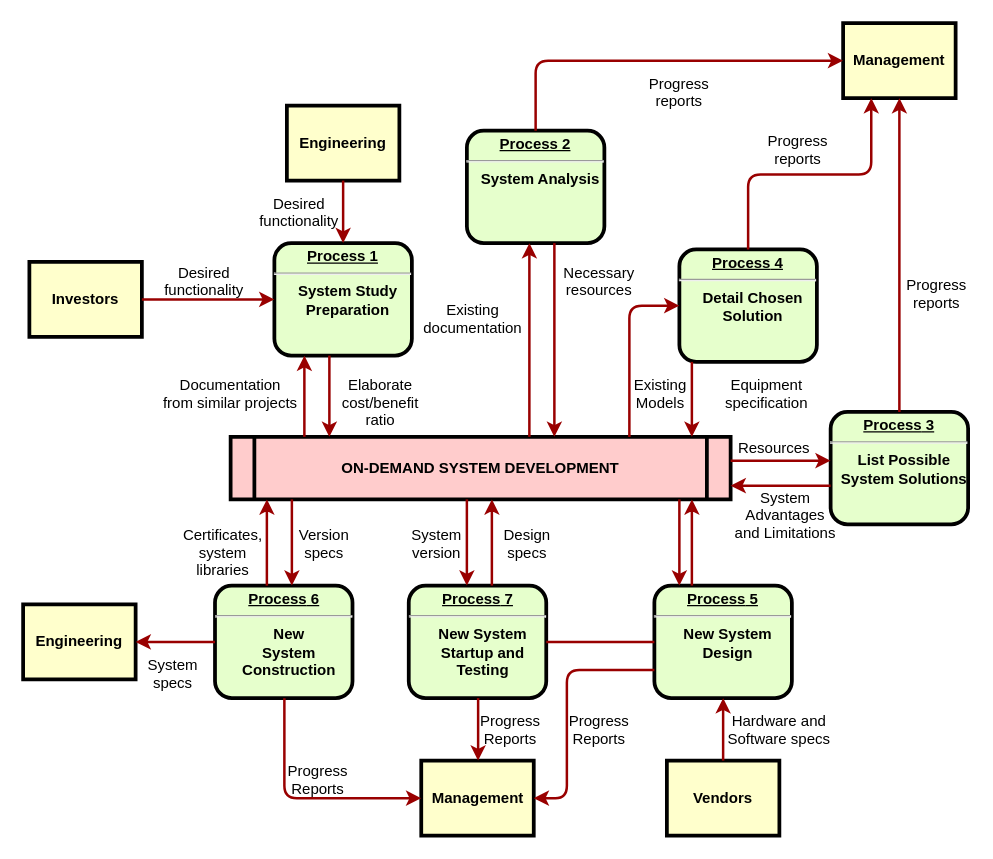
This is Untitled Diagram.drawio from halkhattab63/test1-c, a draw.io file, before an edit. Source tidied: cells renumbered, new cells numbered last; positions are measured from the earlier drawing's top-left corner, leaving out a move shared by most shapes. Both pictures are drawn from the tidied source at 125%, with x=0, y=0 at pixel (22, 22).
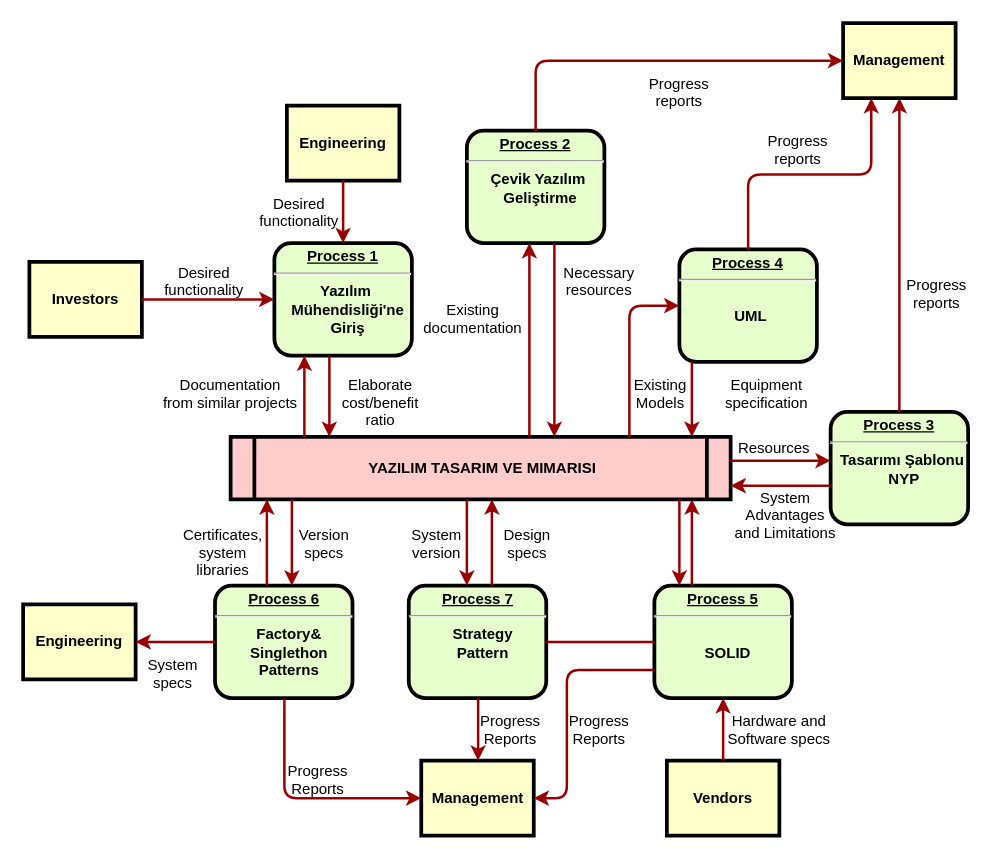
The same diagram, later.

Change to the diagram source:
```diff
@@
-    <mxCell id="2" value="&lt;p style=&quot;margin: 0px; margin-top: 4px; text-align: center; text-decoration: underline;&quot;&gt;&lt;strong&gt;Process 1&lt;br /&gt;&lt;/strong&gt;&lt;/p&gt;&lt;hr /&gt;&lt;p style=&quot;margin: 0px; margin-left: 8px;&quot;&gt;System Study&lt;/p&gt;&lt;p style=&quot;margin: 0px; margin-left: 8px;&quot;&gt;Preparation&lt;/p&gt;" style="verticalAlign=middle;align=center;overflow=fill;fontSize=12;fontFamily=Helvetica;html=1;rounded=1;fontStyle=1;strokeWidth=3;fillColor=#E6FFCC;" parent="1" vertex="1">
+    <mxCell id="2" value="&lt;p style=&quot;margin: 0px; margin-top: 4px; text-align: center; text-decoration: underline;&quot;&gt;&lt;strong&gt;Process 1&lt;br&gt;&lt;/strong&gt;&lt;/p&gt;&lt;hr&gt;&lt;p style=&quot;margin: 0px; margin-left: 8px;&quot;&gt;Yazılım&amp;nbsp;&lt;/p&gt;&lt;p style=&quot;margin: 0px; margin-left: 8px;&quot;&gt;Mühendisliği'ne&lt;/p&gt;&lt;p style=&quot;margin: 0px; margin-left: 8px;&quot;&gt;Giriş&lt;/p&gt;" style="verticalAlign=middle;align=center;overflow=fill;fontSize=12;fontFamily=Helvetica;html=1;rounded=1;fontStyle=1;strokeWidth=3;fillColor=#E6FFCC;" parent="1" vertex="1">
       <mxGeometry x="201" y="176" width="110" height="90" as="geometry" />
     </mxCell>
@@
-    <mxCell id="5" value="ON-DEMAND SYSTEM DEVELOPMENT" style="shape=process;whiteSpace=wrap;align=center;verticalAlign=middle;size=0.0475;fontStyle=1;strokeWidth=3;fillColor=#FFCCCC;" parent="1" vertex="1">
+    <mxCell id="5" value=" YAZILIM TASARIM VE MIMARISI" style="shape=process;whiteSpace=wrap;align=center;verticalAlign=middle;size=0.0475;fontStyle=1;strokeWidth=3;fillColor=#FFCCCC;" parent="1" vertex="1">
       <mxGeometry x="166" y="331" width="400" height="50" as="geometry" />
     </mxCell>
-    <mxCell id="6" value="&lt;p style=&quot;margin: 0px; margin-top: 4px; text-align: center; text-decoration: underline;&quot;&gt;&lt;strong&gt;Process 2&lt;br /&gt;&lt;/strong&gt;&lt;/p&gt;&lt;hr /&gt;&lt;p style=&quot;margin: 0px; margin-left: 8px;&quot;&gt;System Analysis&lt;/p&gt;" style="verticalAlign=middle;align=center;overflow=fill;fontSize=12;fontFamily=Helvetica;html=1;rounded=1;fontStyle=1;strokeWidth=3;fillColor=#E6FFCC;" parent="1" vertex="1">
+    <mxCell id="6" value="&lt;p style=&quot;margin: 0px; margin-top: 4px; text-align: center; text-decoration: underline;&quot;&gt;&lt;strong&gt;Process 2&lt;br&gt;&lt;/strong&gt;&lt;/p&gt;&lt;hr&gt;&lt;p style=&quot;margin: 0px; margin-left: 8px;&quot;&gt;Çevik Yazılım&amp;nbsp;&lt;/p&gt;&lt;p style=&quot;margin: 0px; margin-left: 8px;&quot;&gt;Geliştirme&lt;/p&gt;" style="verticalAlign=middle;align=center;overflow=fill;fontSize=12;fontFamily=Helvetica;html=1;rounded=1;fontStyle=1;strokeWidth=3;fillColor=#E6FFCC;" parent="1" vertex="1">
       <mxGeometry x="355" y="86" width="110" height="90" as="geometry" />
     </mxCell>
-    <mxCell id="7" value="&lt;p style=&quot;margin: 0px; margin-top: 4px; text-align: center; text-decoration: underline;&quot;&gt;&lt;strong&gt;&lt;strong&gt;Process&lt;/strong&gt; 3&lt;br /&gt;&lt;/strong&gt;&lt;/p&gt;&lt;hr /&gt;&lt;p style=&quot;margin: 0px; margin-left: 8px;&quot;&gt;List Possible&lt;/p&gt;&lt;p style=&quot;margin: 0px; margin-left: 8px;&quot;&gt;System Solutions&lt;/p&gt;" style="verticalAlign=middle;align=center;overflow=fill;fontSize=12;fontFamily=Helvetica;html=1;rounded=1;fontStyle=1;strokeWidth=3;fillColor=#E6FFCC;" parent="1" vertex="1">
+    <mxCell id="7" value="&lt;p style=&quot;margin: 0px; margin-top: 4px; text-align: center; text-decoration: underline;&quot;&gt;&lt;strong&gt;&lt;strong&gt;Process&lt;/strong&gt; 3&lt;br&gt;&lt;/strong&gt;&lt;/p&gt;&lt;hr&gt;&lt;p style=&quot;margin: 0px; margin-left: 8px;&quot;&gt;Tasarımı Şablonu&amp;nbsp;&amp;nbsp;&lt;/p&gt;&lt;p style=&quot;margin: 0px; margin-left: 8px;&quot;&gt;NYP&lt;/p&gt;" style="verticalAlign=middle;align=center;overflow=fill;fontSize=12;fontFamily=Helvetica;html=1;rounded=1;fontStyle=1;strokeWidth=3;fillColor=#E6FFCC;" parent="1" vertex="1">
       <mxGeometry x="646" y="311" width="110" height="90" as="geometry" />
     </mxCell>
-    <mxCell id="8" value="&lt;p style=&quot;margin: 0px; margin-top: 4px; text-align: center; text-decoration: underline;&quot;&gt;&lt;strong&gt;&lt;strong&gt;Process&lt;/strong&gt; 4&lt;br /&gt;&lt;/strong&gt;&lt;/p&gt;&lt;hr /&gt;&lt;p style=&quot;margin: 0px; margin-left: 8px;&quot;&gt;Detail Chosen&lt;/p&gt;&lt;p style=&quot;margin: 0px; margin-left: 8px;&quot;&gt;Solution&lt;/p&gt;" style="verticalAlign=middle;align=center;overflow=fill;fontSize=12;fontFamily=Helvetica;html=1;rounded=1;fontStyle=1;strokeWidth=3;fillColor=#E6FFCC;" parent="1" vertex="1">
+    <mxCell id="8" value="&lt;p style=&quot;margin: 0px; margin-top: 4px; text-align: center; text-decoration: underline;&quot;&gt;&lt;strong&gt;&lt;strong&gt;Process&lt;/strong&gt; 4&lt;br&gt;&lt;/strong&gt;&lt;/p&gt;&lt;hr&gt;&lt;p style=&quot;margin: 0px; margin-left: 8px;&quot;&gt;&lt;br&gt;&lt;/p&gt;&lt;p style=&quot;margin: 0px; margin-left: 8px;&quot;&gt;UML&amp;nbsp;&lt;/p&gt;&lt;p style=&quot;margin: 0px; margin-left: 8px;&quot;&gt;&lt;br&gt;&lt;/p&gt;" style="verticalAlign=middle;align=center;overflow=fill;fontSize=12;fontFamily=Helvetica;html=1;rounded=1;fontStyle=1;strokeWidth=3;fillColor=#E6FFCC;" parent="1" vertex="1">
       <mxGeometry x="525" y="181" width="110" height="90" as="geometry" />
     </mxCell>
-    <mxCell id="9" value="&lt;p style=&quot;margin: 0px; margin-top: 4px; text-align: center; text-decoration: underline;&quot;&gt;&lt;strong&gt;&lt;strong&gt;Process&lt;/strong&gt; 5&lt;br /&gt;&lt;/strong&gt;&lt;/p&gt;&lt;hr /&gt;&lt;p style=&quot;margin: 0px; margin-left: 8px;&quot;&gt;New System&lt;/p&gt;&lt;p style=&quot;margin: 0px; margin-left: 8px;&quot;&gt;Design&lt;/p&gt;" style="verticalAlign=middle;align=center;overflow=fill;fontSize=12;fontFamily=Helvetica;html=1;rounded=1;fontStyle=1;strokeWidth=3;fillColor=#E6FFCC;" parent="1" vertex="1">
+    <mxCell id="9" value="&lt;p style=&quot;margin: 0px; margin-top: 4px; text-align: center; text-decoration: underline;&quot;&gt;&lt;strong&gt;&lt;strong&gt;Process&lt;/strong&gt; 5&lt;br&gt;&lt;/strong&gt;&lt;/p&gt;&lt;hr&gt;&lt;p style=&quot;margin: 0px; margin-left: 8px;&quot;&gt;&lt;br&gt;&lt;/p&gt;&lt;p style=&quot;margin: 0px; margin-left: 8px;&quot;&gt;SOLID&lt;/p&gt;" style="verticalAlign=middle;align=center;overflow=fill;fontSize=12;fontFamily=Helvetica;html=1;rounded=1;fontStyle=1;strokeWidth=3;fillColor=#E6FFCC;" parent="1" vertex="1">
       <mxGeometry x="505" y="450" width="110" height="90" as="geometry" />
     </mxCell>
-    <mxCell id="10" value="&lt;p style=&quot;margin: 0px; margin-top: 4px; text-align: center; text-decoration: underline;&quot;&gt;&lt;strong&gt;&lt;strong&gt;Process&lt;/strong&gt; 6&lt;br /&gt;&lt;/strong&gt;&lt;/p&gt;&lt;hr /&gt;&lt;p style=&quot;margin: 0px; margin-left: 8px;&quot;&gt;New&lt;/p&gt;&lt;p style=&quot;margin: 0px; margin-left: 8px;&quot;&gt;System&lt;/p&gt;&lt;p style=&quot;margin: 0px; margin-left: 8px;&quot;&gt;Construction&lt;/p&gt;" style="verticalAlign=middle;align=center;overflow=fill;fontSize=12;fontFamily=Helvetica;html=1;rounded=1;fontStyle=1;strokeWidth=3;fillColor=#E6FFCC;" parent="1" vertex="1">
+    <mxCell id="10" value="&lt;p style=&quot;margin: 0px; margin-top: 4px; text-align: center; text-decoration: underline;&quot;&gt;&lt;strong&gt;&lt;strong&gt;Process&lt;/strong&gt; 6&lt;br&gt;&lt;/strong&gt;&lt;/p&gt;&lt;hr&gt;&lt;p style=&quot;margin: 0px; margin-left: 8px;&quot;&gt;Factory&amp;amp;&lt;/p&gt;&lt;p style=&quot;margin: 0px; margin-left: 8px;&quot;&gt;Singlethon&lt;/p&gt;&lt;p style=&quot;margin: 0px; margin-left: 8px;&quot;&gt;Patterns&lt;/p&gt;" style="verticalAlign=middle;align=center;overflow=fill;fontSize=12;fontFamily=Helvetica;html=1;rounded=1;fontStyle=1;strokeWidth=3;fillColor=#E6FFCC;" parent="1" vertex="1">
       <mxGeometry x="153.5" y="450" width="110" height="90" as="geometry" />
     </mxCell>
@@
-    <mxCell id="17" value="&lt;p style=&quot;margin: 0px; margin-top: 4px; text-align: center; text-decoration: underline;&quot;&gt;&lt;strong&gt;&lt;strong&gt;Process&lt;/strong&gt; 7&lt;br /&gt;&lt;/strong&gt;&lt;/p&gt;&lt;hr /&gt;&lt;p style=&quot;margin: 0px; margin-left: 8px;&quot;&gt;New System&lt;/p&gt;&lt;p style=&quot;margin: 0px; margin-left: 8px;&quot;&gt;Startup and&lt;/p&gt;&lt;p style=&quot;margin: 0px; margin-left: 8px;&quot;&gt;Testing&lt;/p&gt;" style="verticalAlign=middle;align=center;overflow=fill;fontSize=12;fontFamily=Helvetica;html=1;rounded=1;fontStyle=1;strokeWidth=3;fillColor=#E6FFCC;" parent="1" vertex="1">
+    <mxCell id="17" value="&lt;p style=&quot;margin: 0px; margin-top: 4px; text-align: center; text-decoration: underline;&quot;&gt;&lt;strong&gt;&lt;strong&gt;Process&lt;/strong&gt; 7&lt;br&gt;&lt;/strong&gt;&lt;/p&gt;&lt;hr&gt;&lt;p style=&quot;margin: 0px; margin-left: 8px;&quot;&gt;Strategy&lt;/p&gt;&lt;p style=&quot;margin: 0px; margin-left: 8px;&quot;&gt;Pattern&lt;/p&gt;" style="verticalAlign=middle;align=center;overflow=fill;fontSize=12;fontFamily=Helvetica;html=1;rounded=1;fontStyle=1;strokeWidth=3;fillColor=#E6FFCC;" parent="1" vertex="1">
       <mxGeometry x="308.5" y="450" width="110" height="90" as="geometry" />
     </mxCell>
```
